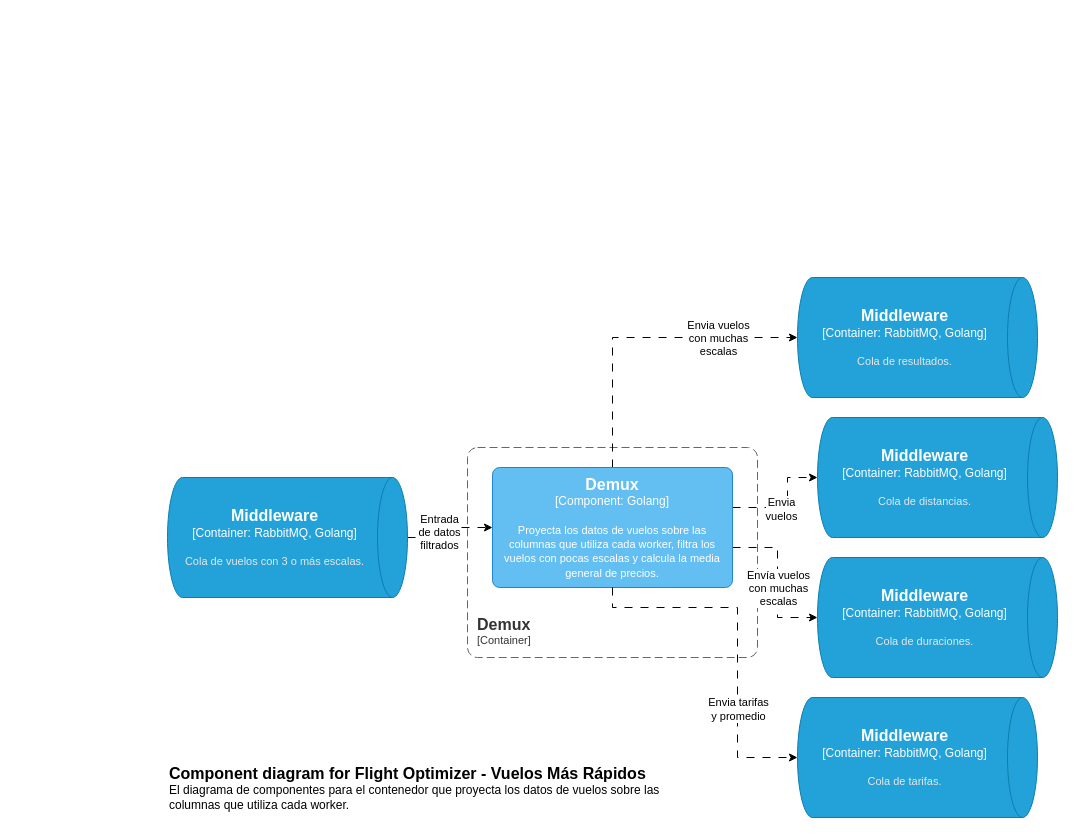
Above: page "Capa3-Demux" (4 of 8) of docs/diagramas/C4model.drawio in FranciscoPereira987/tp1-distribuidos-grupo5 (draw.io), before the change. Source tidied: cells renumbered, new cells numbered last; positions are measured from the earlier drawing's top-left corner, leaving out a move shared by most shapes. Both pictures are drawn from the tidied source at 100%, with x=0, y=0 at pixel (167, 277).
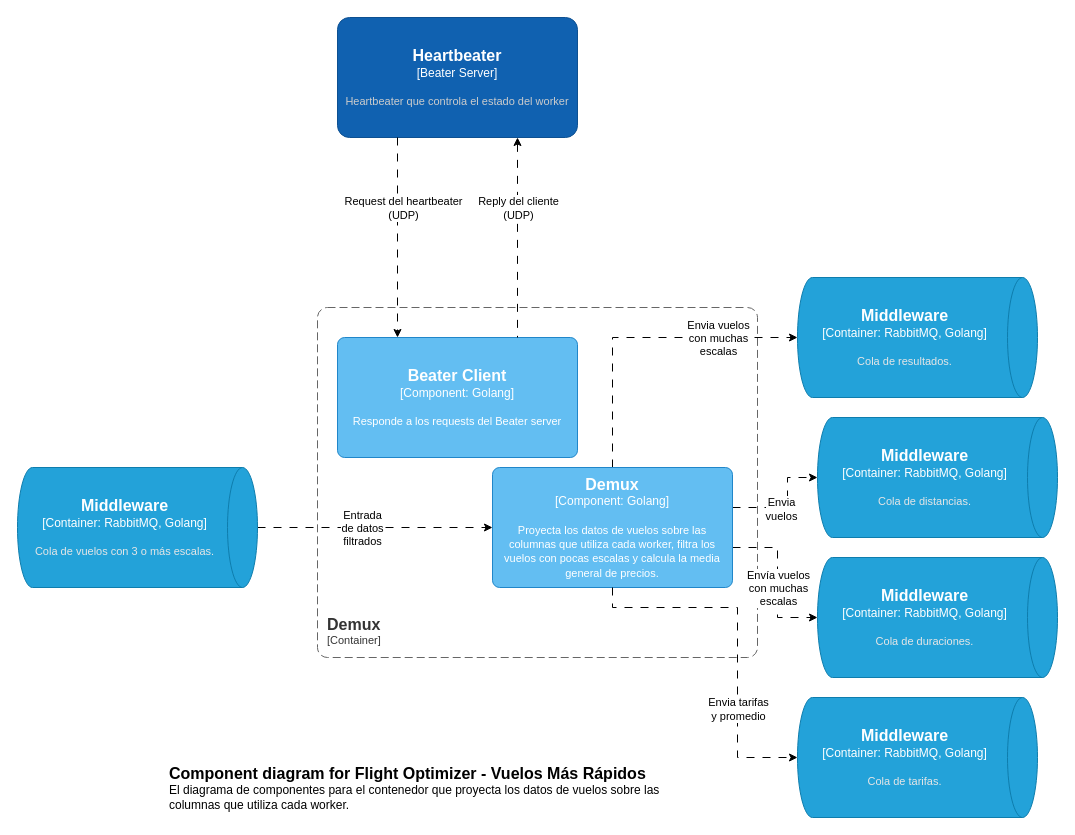
Above is the later version.

Commit message (it also covers changes not shown here):
UPDATE: C4 diagrams, ADD: Heartbeater C4-Layer3 diagram and README_TF.md

The change refers to these unchanged cells:
```xml
<object id="13" label="&lt;font style=&quot;font-size: 16px&quot;&gt;&lt;b&gt;%c4Name%&lt;/b&gt;&lt;/font&gt;&lt;div&gt;[%c4Type%: %c4Technology%]&lt;/div&gt;&lt;br&gt;&lt;div&gt;&lt;font style=&quot;font-size: 11px&quot;&gt;%c4Description%&lt;/font&gt;&lt;/div&gt;" c4Description="Proyecta los datos de vuelos sobre las columnas que utiliza cada worker, filtra los vuelos con pocas escalas y calcula la media general de precios." c4Name="Demux" c4Technology="Golang" c4Type="Component" placeholders="1">
  <mxCell style="rounded=1;whiteSpace=wrap;html=1;labelBackgroundColor=none;fillColor=#63BEF2;fontColor=#ffffff;align=center;arcSize=6;strokeColor=#2086C9;points=[[0.25,0,0],[0.5,0,0],[0.75,0,0],[1,0.25,0],[1,0.5,0],[1,0.75,0],[0.75,1,0],[0.5,1,0],[0.25,1,0],[0,0.75,0],[0,0.5,0],[0,0.25,0]];" parent="1" vertex="1">
    <mxGeometry x="325" y="190" width="240" height="120" as="geometry" />
  </mxCell>
</object>
<object id="19" label="&lt;font style=&quot;font-size: 16px&quot;&gt;&lt;b&gt;%c4Type%&lt;/b&gt;&lt;/font&gt;&lt;div&gt;[%c4Container%:&amp;nbsp;%c4Technology%]&lt;/div&gt;&lt;br&gt;&lt;div&gt;&lt;font style=&quot;font-size: 11px&quot;&gt;&lt;font color=&quot;#E6E6E6&quot;&gt;%c4Description%&lt;/font&gt;&lt;/div&gt;" c4Container="Container" c4Description="Cola de resultados." c4Technology="RabbitMQ, Golang" c4Type="Middleware" placeholders="1">
  <mxCell style="shape=cylinder3;size=15;direction=south;whiteSpace=wrap;html=1;boundedLbl=1;rounded=0;labelBackgroundColor=none;fillColor=#23A2D9;fontSize=12;fontColor=#ffffff;align=center;strokeColor=#0E7DAD;points=[[0.5,0,0],[1,0.25,0],[1,0.5,0],[1,0.75,0],[0.5,1,0],[0,0.75,0],[0,0.5,0],[0,0.25,0]];" parent="1" vertex="1">
    <mxGeometry x="630" width="240" height="120" as="geometry" />
  </mxCell>
</object>
```

What changed in the source:
```diff
@@
     <object id="2" label="&lt;font style=&quot;font-size: 16px&quot;&gt;&lt;b&gt;&lt;div style=&quot;text-align: left&quot;&gt;%c4Name%&lt;/div&gt;&lt;/b&gt;&lt;/font&gt;&lt;div style=&quot;text-align: left&quot;&gt;[%c4Application%]&lt;/div&gt;" c4Application="Container" c4Name="Demux" placeholders="1">
       <mxCell style="rounded=1;fontSize=11;whiteSpace=wrap;html=1;dashed=1;arcSize=20;fillColor=none;strokeColor=#666666;fontColor=#333333;labelBackgroundColor=none;align=left;verticalAlign=bottom;labelBorderColor=none;spacingTop=0;spacing=10;dashPattern=8 4;perimeter=rectanglePerimeter;noLabel=0;labelPadding=0;absoluteArcSize=1;" parent="1" vertex="1">
-        <mxGeometry x="300" y="170" width="290" height="210" as="geometry" />
+        <mxGeometry x="150" y="30" width="440" height="350" as="geometry" />
       </mxCell>
     </object>
@@
     <object id="5" label="&lt;font style=&quot;font-size: 16px&quot;&gt;&lt;b&gt;%c4Type%&lt;/b&gt;&lt;/font&gt;&lt;div&gt;[%c4Container%:&amp;nbsp;%c4Technology%]&lt;/div&gt;&lt;br&gt;&lt;div&gt;&lt;font style=&quot;font-size: 11px&quot;&gt;&lt;font color=&quot;#E6E6E6&quot;&gt;%c4Description%&lt;/font&gt;&lt;/div&gt;" c4Container="Container" c4Description="Cola de vuelos con 3 o más escalas." c4Technology="RabbitMQ, Golang" c4Type="Middleware" placeholders="1">
       <mxCell style="shape=cylinder3;size=15;direction=south;whiteSpace=wrap;html=1;boundedLbl=1;rounded=0;labelBackgroundColor=none;fillColor=#23A2D9;fontSize=12;fontColor=#ffffff;align=center;strokeColor=#0E7DAD;points=[[0.5,0,0],[1,0.25,0],[1,0.5,0],[1,0.75,0],[0.5,1,0],[0,0.75,0],[0,0.5,0],[0,0.25,0]];" parent="1" vertex="1">
-        <mxGeometry y="200" width="240" height="120" as="geometry" />
+        <mxGeometry x="-150" y="190" width="240" height="120" as="geometry" />
       </mxCell>
     </object>
@@
-    <mxCell id="9" style="edgeStyle=orthogonalEdgeStyle;rounded=0;jettySize=auto;html=1;dashed=1;dashPattern=8 8;" parent="1" edge="1" source="13" target="19">
+    <mxCell id="9" style="edgeStyle=orthogonalEdgeStyle;rounded=0;jettySize=auto;html=1;dashed=1;dashPattern=8 8;entryX=0.5;entryY=1;entryDx=0;entryDy=0;entryPerimeter=0;" parent="1" edge="1" source="13" target="19">
       <mxGeometry relative="1" as="geometry">
         <Array as="points">
           <mxPoint x="445" y="60" />
         </Array>
       </mxGeometry>
     </mxCell>
@@
+    <object id="20" label="&lt;font style=&quot;font-size: 16px&quot;&gt;&lt;b&gt;%c4Name%&lt;/b&gt;&lt;/font&gt;&lt;div&gt;[%c4Type%: %c4Technology%]&lt;/div&gt;&lt;br&gt;&lt;div&gt;&lt;font style=&quot;font-size: 11px&quot;&gt;%c4Description%&lt;/font&gt;&lt;/div&gt;" c4Description="Responde a los requests del Beater server" c4Name="Beater Client" c4Technology="Golang" c4Type="Component" placeholders="1">
+      <mxCell style="rounded=1;whiteSpace=wrap;html=1;labelBackgroundColor=none;fillColor=#63BEF2;fontColor=#ffffff;align=center;arcSize=6;strokeColor=#2086C9;points=[[0.25,0,0],[0.5,0,0],[0.75,0,0],[1,0.25,0],[1,0.5,0],[1,0.75,0],[0.75,1,0],[0.5,1,0],[0.25,1,0],[0,0.75,0],[0,0.5,0],[0,0.25,0]];" parent="1" vertex="1">
+        <mxGeometry x="170" y="60" width="240" height="120" as="geometry" />
+      </mxCell>
+    </object>
+    <object id="21" label="&lt;font style=&quot;font-size: 16px&quot;&gt;&lt;b&gt;%c4Name%&lt;/b&gt;&lt;/font&gt;&lt;div&gt;[%c4Type%]&lt;/div&gt;&lt;br&gt;&lt;div&gt;&lt;font style=&quot;font-size: 11px&quot;&gt;&lt;font color=&quot;#cccccc&quot;&gt;%c4Description%&lt;/font&gt;&lt;/div&gt;" c4Description="Heartbeater que controla el estado del worker" c4Name="Heartbeater" c4Type="Beater Server" placeholders="1">
+      <mxCell style="rounded=1;whiteSpace=wrap;html=1;labelBackgroundColor=none;fillColor=#1061B0;fontColor=#ffffff;align=center;arcSize=10;strokeColor=#0D5091;points=[[0.25,0,0],[0.5,0,0],[0.75,0,0],[1,0.25,0],[1,0.5,0],[1,0.75,0],[0.75,1,0],[0.5,1,0],[0.25,1,0],[0,0.75,0],[0,0.5,0],[0,0.25,0]];" parent="1" vertex="1">
+        <mxGeometry x="170" y="-260" width="240" height="120" as="geometry" />
+      </mxCell>
+    </object>
+    <mxCell id="22" style="edgeStyle=orthogonalEdgeStyle;rounded=0;jettySize=auto;html=1;dashed=1;dashPattern=8 8;exitX=0.25;exitY=1;exitDx=0;exitDy=0;exitPerimeter=0;entryX=0.25;entryY=0;entryDx=0;entryDy=0;entryPerimeter=0;" parent="1" edge="1" source="21" target="20">
+      <mxGeometry relative="1" as="geometry" />
+    </mxCell>
+    <mxCell id="23" style="edgeStyle=orthogonalEdgeStyle;rounded=0;jettySize=auto;html=1;dashed=1;dashPattern=8 8;entryX=0.75;entryY=0;entryDx=0;entryDy=0;entryPerimeter=0;startArrow=classic;startFill=1;endArrow=none;endFill=0;exitX=0.75;exitY=1;exitDx=0;exitDy=0;exitPerimeter=0;" parent="1" edge="1" source="21" target="20">
+      <mxGeometry relative="1" as="geometry" />
+    </mxCell>
+    <mxCell id="24" value="&lt;div&gt;Reply del cliente&lt;/div&gt;&lt;div&gt;(UDP)&lt;br&gt;&lt;/div&gt;" style="edgeLabel;html=1;align=center;verticalAlign=middle;" parent="1" vertex="1">
+      <mxGeometry x="350" y="-70" as="geometry" />
+    </mxCell>
+    <mxCell id="25" value="&lt;div&gt;Request del heartbeater&lt;br&gt;&lt;/div&gt;&lt;div&gt;(UDP)&lt;br&gt;&lt;/div&gt;" style="edgeLabel;html=1;align=center;verticalAlign=middle;" parent="1" vertex="1">
+      <mxGeometry x="235" y="-70" as="geometry" />
+    </mxCell>
```
